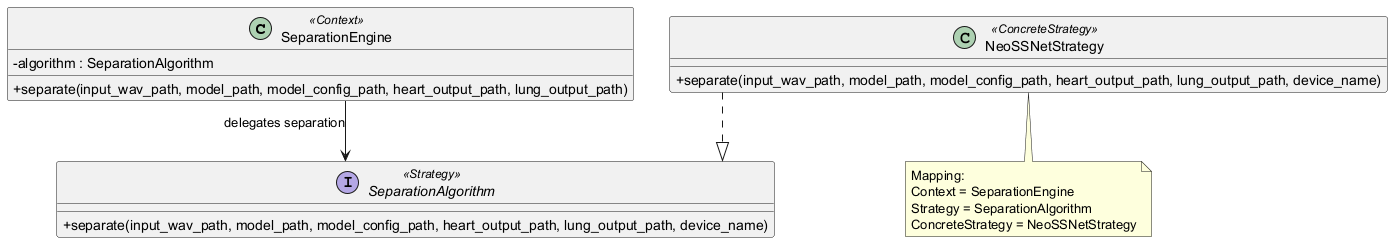
Before: docs/software_design_report/diagrams/img/strategy_project.png, a diagram exported from PlantUML (ASHRAF-2004/Machine-Learning-Based-System-for-Cardiopulmonary-Sound-Separation).
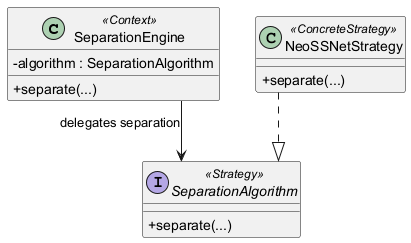
Later version of the same file.

Diff of the diagram source:
```diff
@@ -6,25 +6,18 @@
 
 class "SeparationEngine" as SeparationEngine <<Context>> {
   -algorithm : SeparationAlgorithm
-  +separate(input_wav_path, model_path, model_config_path, heart_output_path, lung_output_path)
+  +separate(...)
 }
 
 interface SeparationAlgorithm <<Strategy>> {
-  +separate(input_wav_path, model_path, model_config_path, heart_output_path, lung_output_path, device_name)
+  +separate(...)
 }
 
 class NeoSSNetStrategy <<ConcreteStrategy>> {
-  +separate(input_wav_path, model_path, model_config_path, heart_output_path, lung_output_path, device_name)
+  +separate(...)
 }
 
 SeparationEngine --> SeparationAlgorithm : delegates separation
 NeoSSNetStrategy ..|> SeparationAlgorithm
 
-note bottom
-  Mapping:
-  Context = SeparationEngine
-  Strategy = SeparationAlgorithm
-  ConcreteStrategy = NeoSSNetStrategy
-end note
-
 @enduml
```
